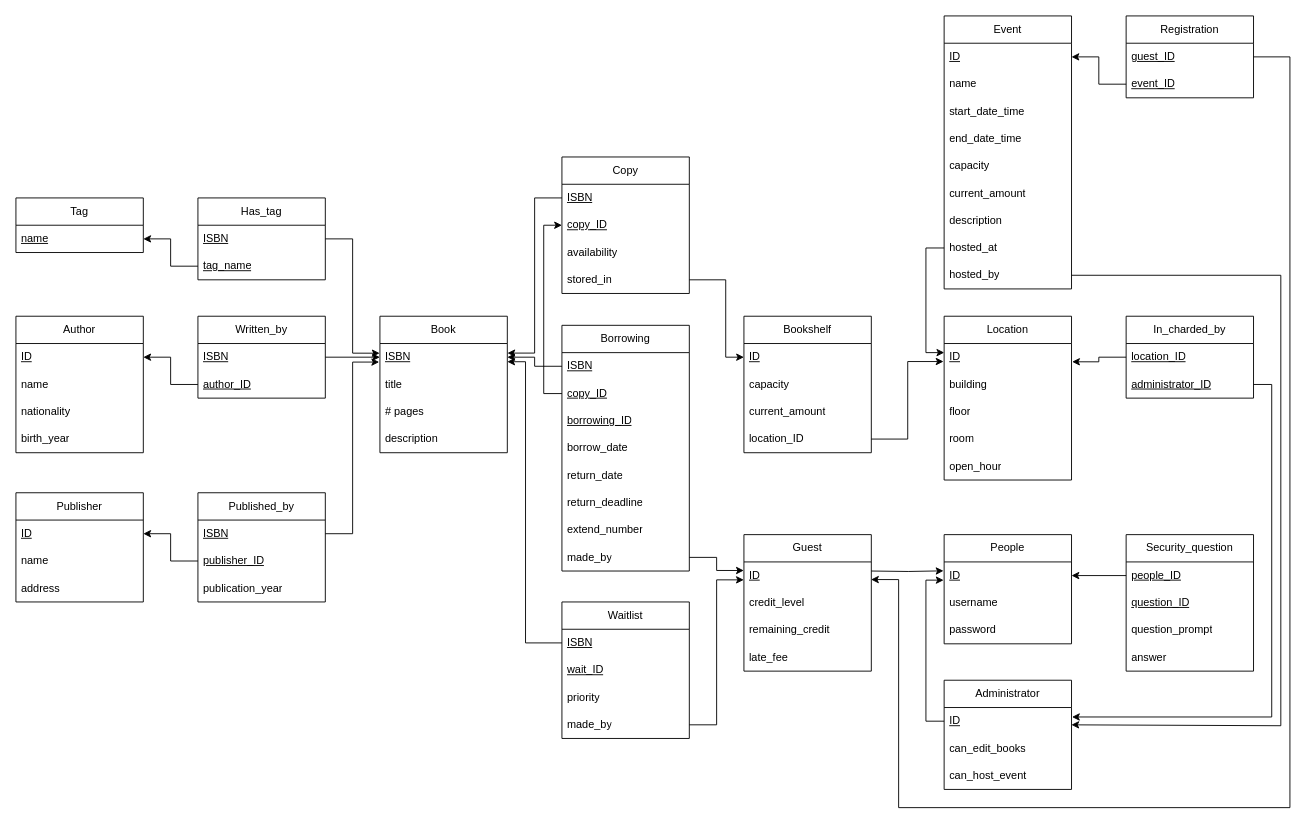
Earlier version of the draw.io diagram schema/relational_model/Relational Model Diagram.drawio (Kassaking7/eLibraryManagementSystem). Source tidied: cells renumbered, new cells numbered last; positions are measured from the earlier drawing's top-left corner, leaving out a move shared by most shapes. Both pictures are drawn from the tidied source at 91%, with x=0, y=0 at pixel (15, 15).
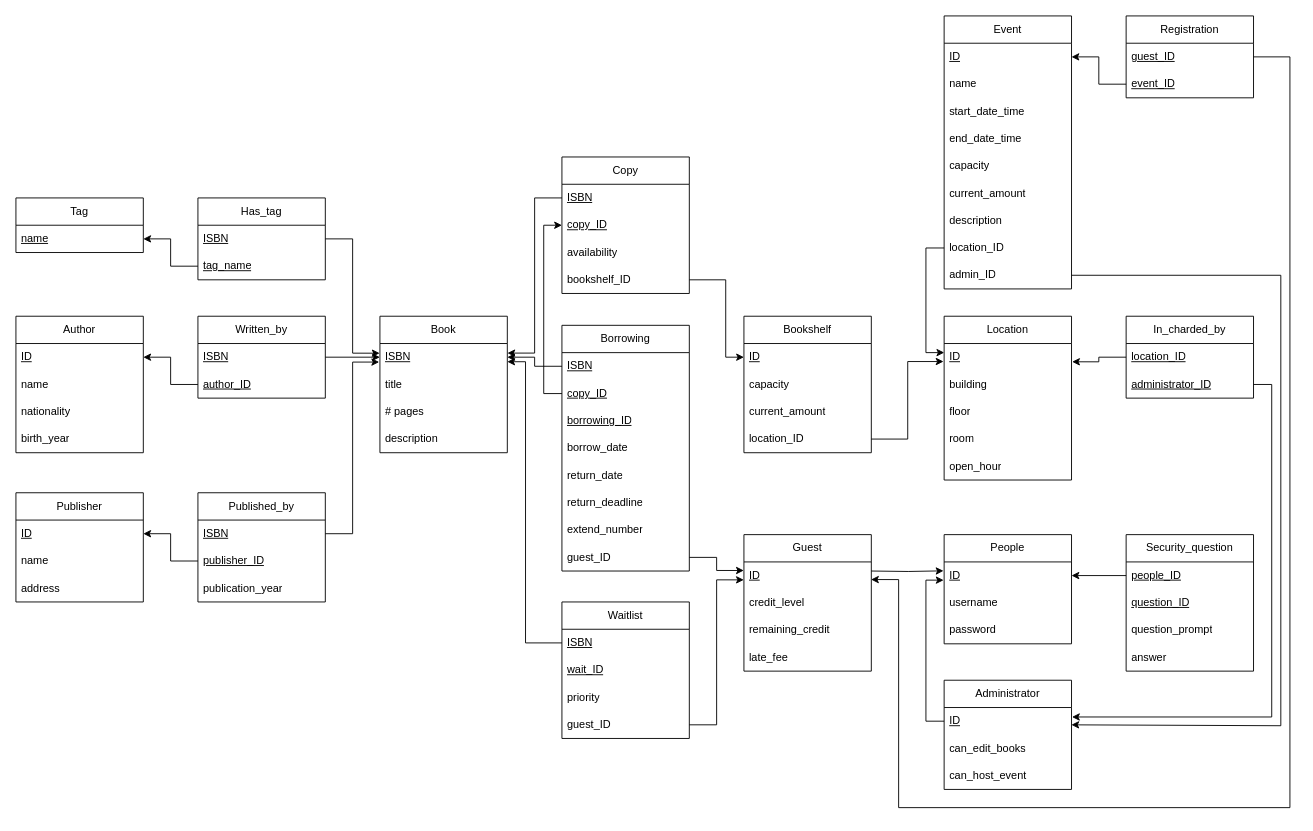
After the change.

The change refers to these unchanged cells:
```xml
<mxCell id="7" value="Copy" style="swimlane;fontStyle=0;horizontal=1;startSize=30;whiteSpace=wrap;html=1;" parent="1" vertex="1">
  <mxGeometry x="600" y="155" width="140" height="150" as="geometry" />
</mxCell>
<mxCell id="40" value="Waitlist" style="swimlane;fontStyle=0;horizontal=1;startSize=30;whiteSpace=wrap;html=1;" parent="1" vertex="1">
  <mxGeometry x="600" y="644" width="140" height="150" as="geometry" />
</mxCell>
<mxCell id="51" value="Borrowing" style="swimlane;fontStyle=0;horizontal=1;startSize=30;whiteSpace=wrap;html=1;" parent="1" vertex="1">
  <mxGeometry x="600" y="340" width="140" height="270" as="geometry" />
</mxCell>
<mxCell id="96" value="Event" style="swimlane;fontStyle=0;horizontal=1;startSize=30;whiteSpace=wrap;html=1;" parent="1" vertex="1">
  <mxGeometry x="1020" width="140" height="300" as="geometry" />
</mxCell>
```

Change to the diagram source:
```diff
@@
-    <mxCell id="11" value="stored_in" style="text;strokeColor=none;fillColor=none;align=left;verticalAlign=middle;spacingLeft=4;spacingRight=4;overflow=hidden;points=[[0,0.5],[1,0.5]];portConstraint=eastwest;whiteSpace=wrap;html=1;" parent="7" vertex="1">
+    <mxCell id="11" value="bookshelf_ID" style="text;strokeColor=none;fillColor=none;align=left;verticalAlign=middle;spacingLeft=4;spacingRight=4;overflow=hidden;points=[[0,0.5],[1,0.5]];portConstraint=eastwest;whiteSpace=wrap;html=1;" parent="7" vertex="1">
       <mxGeometry y="120" width="140" height="30" as="geometry" />
     </mxCell>
@@
-    <mxCell id="44" value="made_by" style="text;strokeColor=none;fillColor=none;align=left;verticalAlign=middle;spacingLeft=4;spacingRight=4;overflow=hidden;points=[[0,0.5],[1,0.5]];portConstraint=eastwest;whiteSpace=wrap;html=1;" parent="40" vertex="1">
+    <mxCell id="44" value="guest_ID" style="text;strokeColor=none;fillColor=none;align=left;verticalAlign=middle;spacingLeft=4;spacingRight=4;overflow=hidden;points=[[0,0.5],[1,0.5]];portConstraint=eastwest;whiteSpace=wrap;html=1;" parent="40" vertex="1">
       <mxGeometry y="120" width="140" height="30" as="geometry" />
     </mxCell>
@@
-    <mxCell id="59" value="made_by" style="text;strokeColor=none;fillColor=none;align=left;verticalAlign=middle;spacingLeft=4;spacingRight=4;overflow=hidden;points=[[0,0.5],[1,0.5]];portConstraint=eastwest;whiteSpace=wrap;html=1;" parent="51" vertex="1">
+    <mxCell id="59" value="guest_ID" style="text;strokeColor=none;fillColor=none;align=left;verticalAlign=middle;spacingLeft=4;spacingRight=4;overflow=hidden;points=[[0,0.5],[1,0.5]];portConstraint=eastwest;whiteSpace=wrap;html=1;" parent="51" vertex="1">
       <mxGeometry y="240" width="140" height="30" as="geometry" />
     </mxCell>
@@
-    <mxCell id="104" value="hosted_at" style="text;strokeColor=none;fillColor=none;align=left;verticalAlign=middle;spacingLeft=4;spacingRight=4;overflow=hidden;points=[[0,0.5],[1,0.5]];portConstraint=eastwest;whiteSpace=wrap;html=1;" parent="96" vertex="1">
+    <mxCell id="104" value="location_ID" style="text;strokeColor=none;fillColor=none;align=left;verticalAlign=middle;spacingLeft=4;spacingRight=4;overflow=hidden;points=[[0,0.5],[1,0.5]];portConstraint=eastwest;whiteSpace=wrap;html=1;" parent="96" vertex="1">
       <mxGeometry y="240" width="140" height="30" as="geometry" />
     </mxCell>
-    <mxCell id="105" value="hosted_by" style="text;strokeColor=none;fillColor=none;align=left;verticalAlign=middle;spacingLeft=4;spacingRight=4;overflow=hidden;points=[[0,0.5],[1,0.5]];portConstraint=eastwest;whiteSpace=wrap;html=1;" parent="96" vertex="1">
+    <mxCell id="105" value="admin_ID" style="text;strokeColor=none;fillColor=none;align=left;verticalAlign=middle;spacingLeft=4;spacingRight=4;overflow=hidden;points=[[0,0.5],[1,0.5]];portConstraint=eastwest;whiteSpace=wrap;html=1;" parent="96" vertex="1">
       <mxGeometry y="270" width="140" height="30" as="geometry" />
     </mxCell>
```
